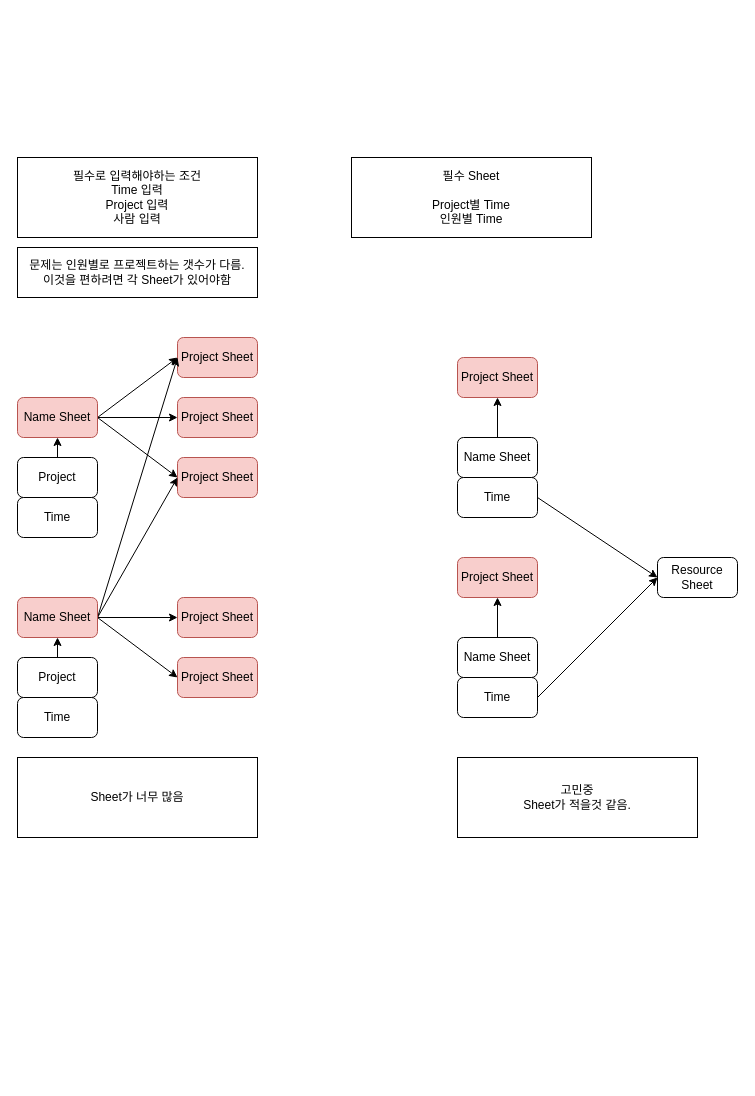
Earlier version of the draw.io diagram 제목 없는 다이어그램.drawio (EdwardsKorea/CommonDrawIO). Source tidied: cells renumbered, new cells numbered last; positions are measured from the earlier drawing's top-left corner, leaving out a move shared by most shapes. Both pictures are drawn from the tidied source at 100%, with x=0, y=0 at pixel (17, 157).
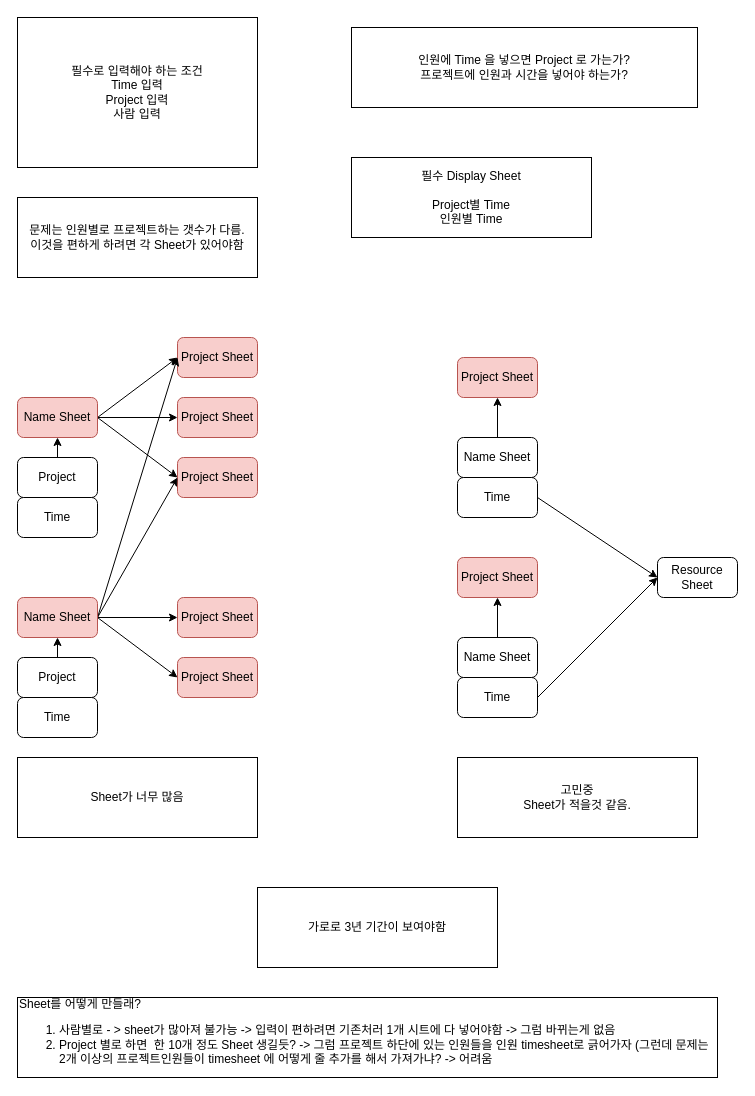
The same diagram, later.

Commit message:
제목 없는 다이어그램.drawio 업데이트

Change to the diagram source:
```diff
@@
-    <mxCell id="35" value="필수로 입력해야하는 조건&lt;br&gt;Time 입력&lt;br&gt;Project 입력&lt;br&gt;사람 입력" style="rounded=0;whiteSpace=wrap;html=1;" parent="1" vertex="1">
-      <mxGeometry width="240" height="80" as="geometry" />
+    <mxCell id="35" value="필수로 입력해야 하는 조건&lt;br&gt;Time 입력&lt;br&gt;Project 입력&lt;br&gt;사람 입력" style="rounded=0;whiteSpace=wrap;html=1;" parent="1" vertex="1">
+      <mxGeometry y="-140" width="240" height="150" as="geometry" />
     </mxCell>
-    <mxCell id="36" value="필수 Sheet&lt;br&gt;&lt;br&gt;Project별 Time&lt;br&gt;인원별 Time" style="rounded=0;whiteSpace=wrap;html=1;" parent="1" vertex="1">
+    <mxCell id="36" value="필수 Display Sheet&lt;br&gt;&lt;br&gt;Project별 Time&lt;br&gt;인원별 Time" style="rounded=0;whiteSpace=wrap;html=1;" parent="1" vertex="1">
       <mxGeometry x="334" width="240" height="80" as="geometry" />
     </mxCell>
-    <mxCell id="37" value="문제는 인원별로 프로젝트하는 갯수가 다름.&lt;br&gt;이것을 편하려면 각 Sheet가 있어야함" style="rounded=0;whiteSpace=wrap;html=1;" parent="1" vertex="1">
-      <mxGeometry y="90" width="240" height="50" as="geometry" />
+    <mxCell id="37" value="문제는 인원별로 프로젝트하는 갯수가 다름.&lt;br&gt;이것을 편하게 하려면 각 Sheet가 있어야함" style="rounded=0;whiteSpace=wrap;html=1;" parent="1" vertex="1">
+      <mxGeometry y="40" width="240" height="80" as="geometry" />
     </mxCell>
+    <mxCell id="38" value="인원에 Time 을 넣으면 Project 로 가는가?&lt;br&gt;프로젝트에 인원과 시간을 넣어야 하는가?&lt;br&gt;" style="rounded=0;whiteSpace=wrap;html=1;" parent="1" vertex="1">
+      <mxGeometry x="334" y="-130" width="346" height="80" as="geometry" />
+    </mxCell>
+    <mxCell id="39" value="가로로 3년 기간이 보여야함" style="rounded=0;whiteSpace=wrap;html=1;" parent="1" vertex="1">
+      <mxGeometry x="240" y="730" width="240" height="80" as="geometry" />
+    </mxCell>
+    <mxCell id="40" value="Sheet를 어떻게 만들래?&lt;br&gt;&lt;ol&gt;&lt;li&gt;사람별로 - &amp;gt; sheet가 많아져 불가능 -&amp;gt; 입력이 편하려면 기존처러 1개 시트에 다 넣어야함 -&amp;gt; 그럼 바뀌는게 없음&lt;/li&gt;&lt;li&gt;Project 별로 하면&amp;nbsp; 한 10개 정도 Sheet 생길듯? -&amp;gt; 그럼 프로젝트 하단에 있는 인원들을 인원 timesheet로 긁어가자 (그런데 문제는 2개 이상의 프로젝트인원들이 timesheet 에 어떻게 줄 추가를 해서 가져가냐? -&amp;gt; 어려움&lt;/li&gt;&lt;/ol&gt;" style="rounded=0;whiteSpace=wrap;html=1;align=left;" parent="1" vertex="1">
+      <mxGeometry y="840" width="700" height="80" as="geometry" />
+    </mxCell>
```
